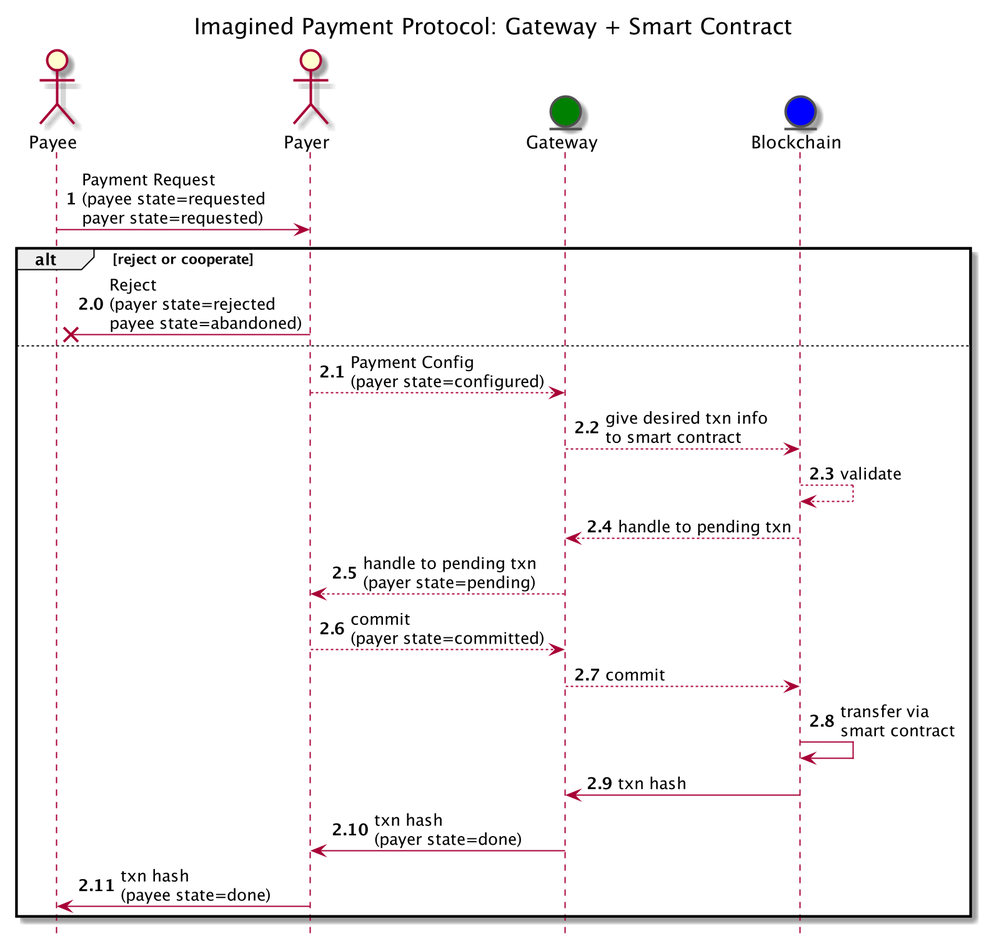
hyperledger/aries-rfcs keeps this PlantUML diagram as concepts/0478-coprotocols/payment_protocol.png. Above is the earlier version. Its diagram source:
```plantuml
@startuml
skinparam EntityBorderColor #505050

title Imagined Payment Protocol: Gateway + Smart Contract
autonumber
hide footbox
actor "Payee" as payee
actor "Payer" as payer
entity "Gateway" as gate #green
entity "Blockchain" as chain #blue
payee -> payer: Payment Request\n(payee state=requested\npayer state=requested)
alt reject or cooperate
  autonumber 2.0
  payer -x payee: Reject\n(payer state=rejected\npayee state=abandoned)
else
  autonumber 2.1
  payer --> gate: Payment Config\n(payer state=configured)
  gate --> chain: give desired txn info\nto smart contract
  chain --> chain: validate
  chain --> gate: handle to pending txn
  gate --> payer: handle to pending txn\n(payer state=pending)
  payer --> gate: commit\n(payer state=committed)
  gate --> chain: commit
  chain -> chain: transfer via\nsmart contract
  chain -> gate: txn hash
  gate -> payer: txn hash\n(payer state=done)
  payer -> payee: txn hash\n(payee state=done)
end alt

@enduml
```
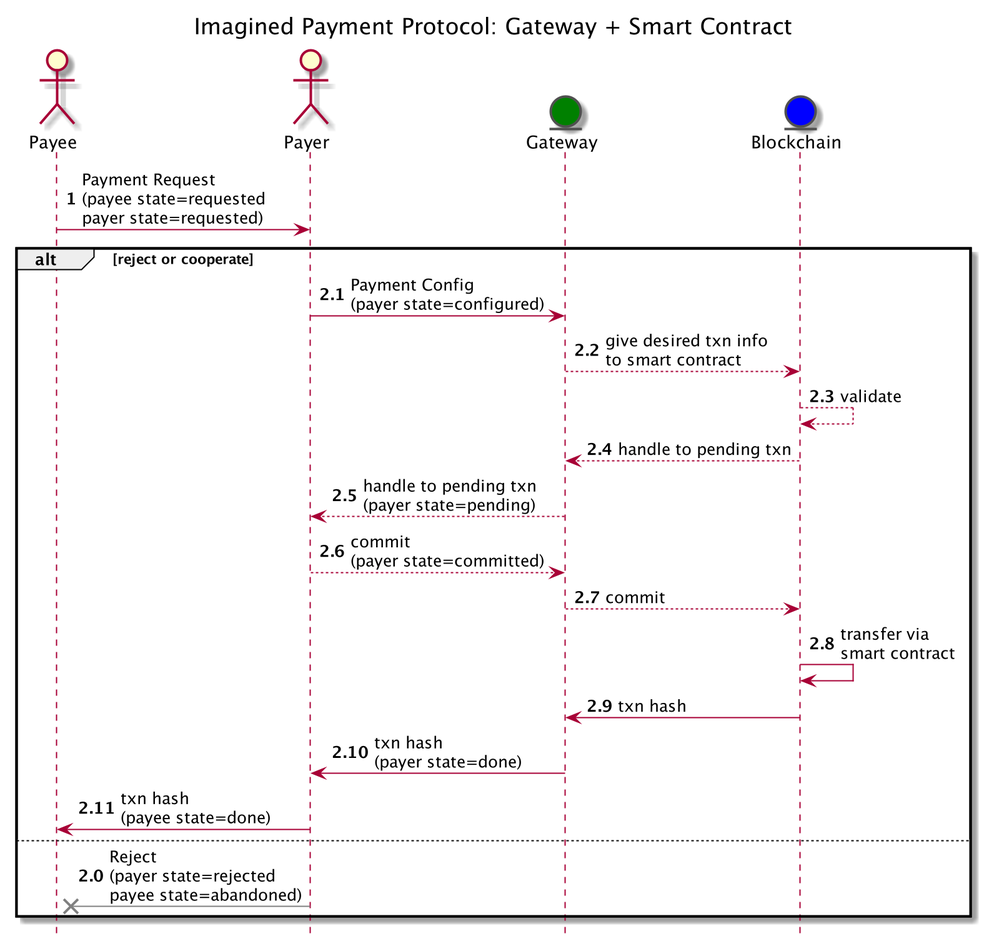
Above is the later version.

Change to the diagram source:
```diff
@@ -10,11 +10,8 @@
 entity "Blockchain" as chain #blue
 payee -> payer: Payment Request\n(payee state=requested\npayer state=requested)
 alt reject or cooperate
-  autonumber 2.0
-  payer -x payee: Reject\n(payer state=rejected\npayee state=abandoned)
-else
   autonumber 2.1
-  payer --> gate: Payment Config\n(payer state=configured)
+  payer -> gate: Payment Config\n(payer state=configured)
   gate --> chain: give desired txn info\nto smart contract
   chain --> chain: validate
   chain --> gate: handle to pending txn
@@ -25,6 +22,9 @@
   chain -> gate: txn hash
   gate -> payer: txn hash\n(payer state=done)
   payer -> payee: txn hash\n(payee state=done)
+else
+  autonumber 2.0
+  payer [#gray]-x payee: Reject\n(payer state=rejected\npayee state=abandoned)
 end alt
 
 @enduml
```
